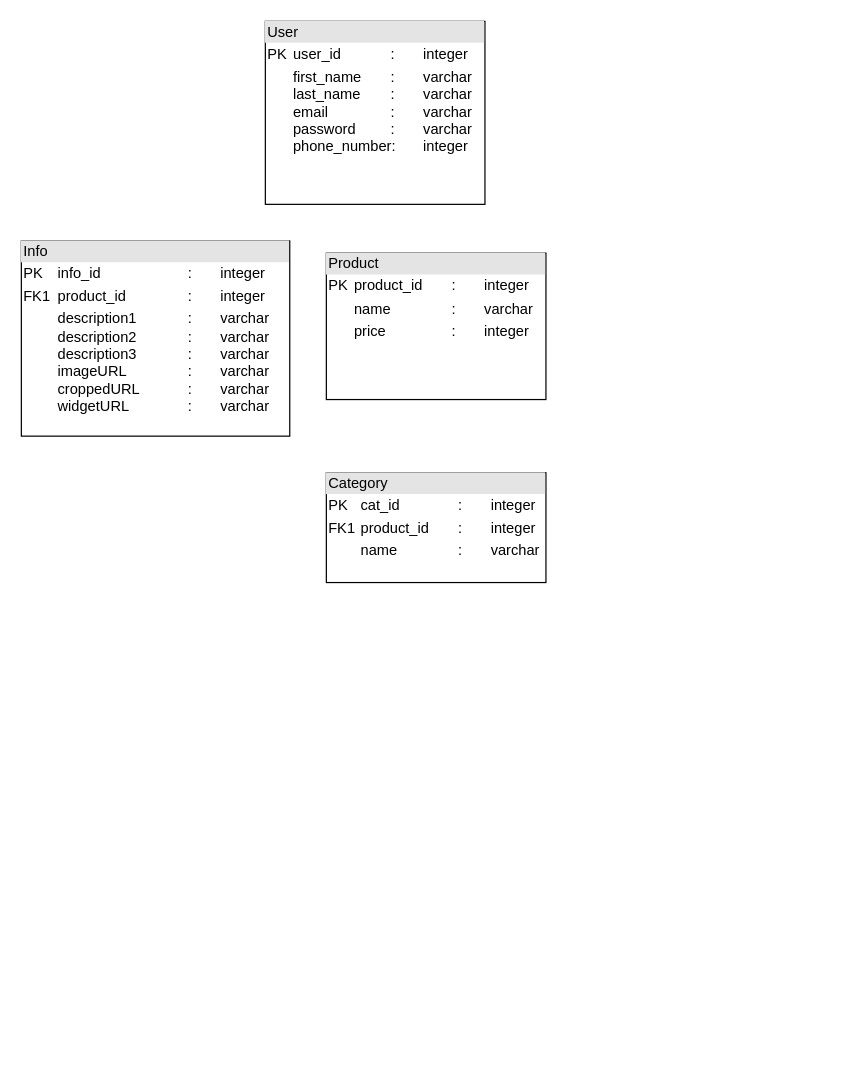
JakobFinstad/WebApplicationProject2023 keeps this draw.io diagram as DBDiagram.drawio. Above is the earlier version. Source tidied: cells renumbered, new cells numbered last; positions are measured from the earlier drawing's top-left corner, leaving out a move shared by most shapes. Both pictures are drawn from the tidied source at 122%, with x=0, y=0 at pixel (21, 21).
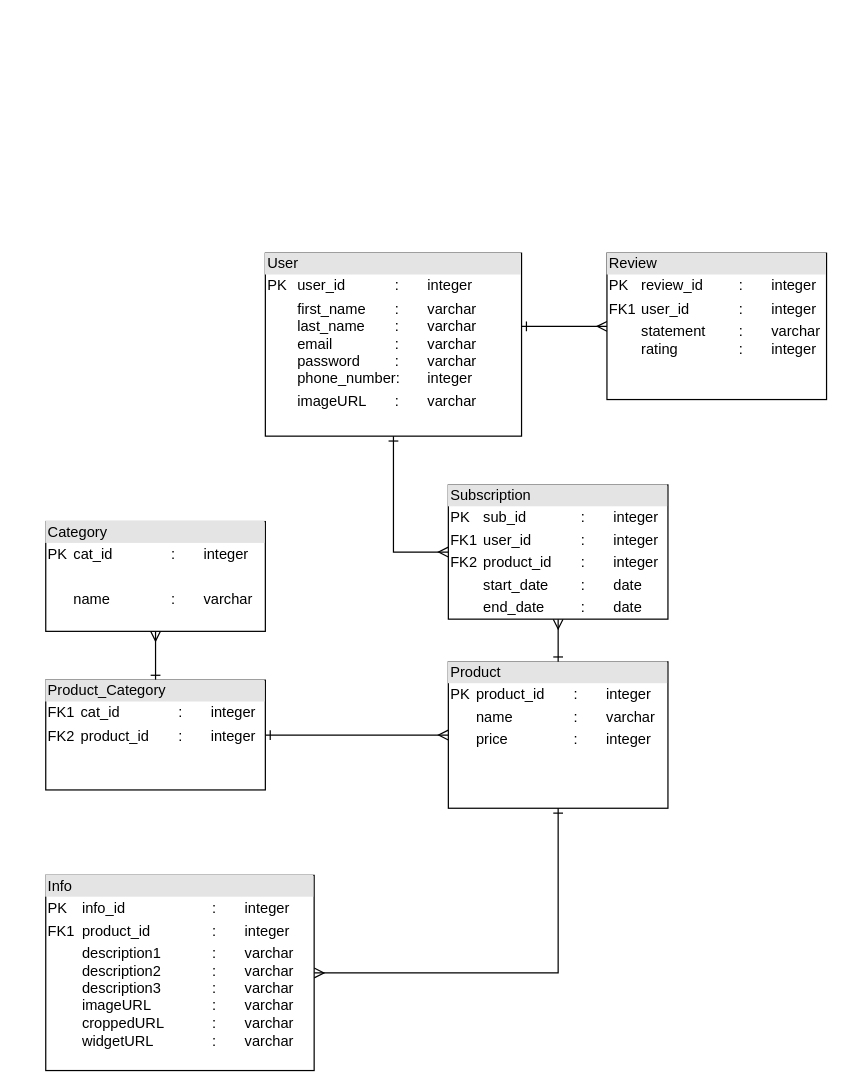
After the change.

Commit message:
Changed the db uml diagram

Change to the diagram source:
```diff
@@
 <mxGraphModel>
   <root>
     <mxCell id="0" />
     <mxCell id="1" parent="0" />
+    <mxCell id="6" style="edgeStyle=orthogonalEdgeStyle;rounded=0;jettySize=auto;html=1;startArrow=ERmany;startFill=0;endArrow=ERone;endFill=0;" parent="1" edge="1" source="2" target="11">
+      <mxGeometry relative="1" as="geometry" />
+    </mxCell>
     <mxCell id="2" value="&lt;div style=&quot;box-sizing:border-box;width:100%;background:#e4e4e4;padding:2px;&quot;&gt;Product&lt;/div&gt;&lt;table style=&quot;width:100%;font-size:1em;&quot; cellpadding=&quot;2&quot; cellspacing=&quot;0&quot;&gt;&lt;tbody&gt;&lt;tr&gt;&lt;td&gt;PK&lt;/td&gt;&lt;td&gt;product_id&lt;span style=&quot;white-space: pre;&quot;&gt;&#9;&lt;/span&gt;:&lt;span style=&quot;white-space: pre;&quot;&gt;&#9;&lt;/span&gt;integer&lt;/td&gt;&lt;/tr&gt;&lt;tr&gt;&lt;td&gt;&lt;br&gt;&lt;/td&gt;&lt;td&gt;name&lt;span style=&quot;white-space: pre;&quot;&gt;&#9;&lt;/span&gt;&lt;span style=&quot;white-space: pre;&quot;&gt;&#9;&lt;/span&gt;:&lt;span style=&quot;white-space: pre;&quot;&gt;&#9;&lt;/span&gt;varchar&lt;br&gt;&lt;/td&gt;&lt;/tr&gt;&lt;tr&gt;&lt;td&gt;&lt;/td&gt;&lt;td&gt;price&lt;span style=&quot;white-space: pre;&quot;&gt;&#9;&lt;/span&gt;&lt;span style=&quot;white-space: pre;&quot;&gt;&#9;&lt;/span&gt;:&lt;span style=&quot;white-space: pre;&quot;&gt;&#9;&lt;/span&gt;integer&lt;br&gt;&lt;br&gt;&lt;br&gt;&lt;/td&gt;&lt;/tr&gt;&lt;/tbody&gt;&lt;/table&gt;" style="verticalAlign=top;align=left;overflow=fill;html=1;" parent="1" vertex="1">
-      <mxGeometry x="250" y="190" width="180" height="120" as="geometry" />
+      <mxGeometry x="350" y="525" width="180" height="120" as="geometry" />
     </mxCell>
-    <mxCell id="3" value="&lt;div style=&quot;box-sizing:border-box;width:100%;background:#e4e4e4;padding:2px;&quot;&gt;User&lt;/div&gt;&lt;table style=&quot;width:100%;font-size:1em;&quot; cellpadding=&quot;2&quot; cellspacing=&quot;0&quot;&gt;&lt;tbody&gt;&lt;tr&gt;&lt;td&gt;PK&lt;/td&gt;&lt;td&gt;user_id&lt;span style=&quot;white-space: pre;&quot;&gt;&#9;&lt;/span&gt;&lt;span style=&quot;white-space: pre;&quot;&gt;&#9;&lt;/span&gt;:&lt;span style=&quot;white-space: pre;&quot;&gt;&#9;&lt;/span&gt;integer&lt;br&gt;&lt;/td&gt;&lt;/tr&gt;&lt;tr&gt;&lt;td&gt;&lt;br&gt;&lt;/td&gt;&lt;td&gt;first_name&lt;span style=&quot;white-space: pre;&quot;&gt;&#9;&lt;/span&gt;:&lt;span style=&quot;&quot;&gt;&#9;&lt;span style=&quot;white-space: pre;&quot;&gt;&#9;&lt;/span&gt;&lt;/span&gt;varchar&lt;br&gt;last_name&lt;span style=&quot;&quot;&gt;&#9;&lt;span style=&quot;white-space: pre;&quot;&gt;&#9;&lt;/span&gt;&lt;/span&gt;:&lt;span style=&quot;white-space: pre;&quot;&gt;&#9;&lt;/span&gt;varchar&lt;br&gt;email&lt;span style=&quot;&quot;&gt;&#9;&lt;span style=&quot;white-space: pre;&quot;&gt;&#9;&lt;/span&gt;&lt;span style=&quot;white-space: pre;&quot;&gt;&#9;&lt;/span&gt;&lt;/span&gt;:&lt;span style=&quot;&quot;&gt;&#9;&lt;span style=&quot;white-space: pre;&quot;&gt;&#9;&lt;/span&gt;&lt;/span&gt;varchar&lt;br&gt;password&lt;span style=&quot;&quot;&gt;&#9;&lt;span style=&quot;white-space: pre;&quot;&gt;&#9;&lt;/span&gt;&lt;/span&gt;:&lt;span style=&quot;white-space: pre;&quot;&gt;&#9;&lt;/span&gt;varchar&lt;br&gt;phone_number:&lt;span style=&quot;white-space: pre;&quot;&gt;&#9;&lt;/span&gt;integer&lt;br&gt;&lt;/td&gt;&lt;/tr&gt;&lt;tr&gt;&lt;td&gt;&lt;/td&gt;&lt;td&gt;&lt;br&gt;&lt;/td&gt;&lt;/tr&gt;&lt;/tbody&gt;&lt;/table&gt;" style="verticalAlign=top;align=left;overflow=fill;html=1;" parent="1" vertex="1">
-      <mxGeometry x="200" width="180" height="150" as="geometry" />
-    </mxCell>
+    <mxCell id="7" style="edgeStyle=orthogonalEdgeStyle;rounded=0;jettySize=auto;html=1;startArrow=ERmany;startFill=0;endArrow=ERone;endFill=0;" parent="1" edge="1" source="4" target="2">
+      <mxGeometry relative="1" as="geometry" />
+    </mxCell>
     <mxCell id="4" value="&lt;div style=&quot;box-sizing:border-box;width:100%;background:#e4e4e4;padding:2px;&quot;&gt;Info&lt;/div&gt;&lt;table style=&quot;width:100%;font-size:1em;&quot; cellpadding=&quot;2&quot; cellspacing=&quot;0&quot;&gt;&lt;tbody&gt;&lt;tr&gt;&lt;td&gt;PK&lt;br&gt;&lt;/td&gt;&lt;td&gt;info_id&lt;span style=&quot;white-space: pre;&quot;&gt;&#9;&lt;/span&gt;&lt;span style=&quot;white-space: pre;&quot;&gt;&#9;&lt;/span&gt;&lt;span style=&quot;white-space: pre;&quot;&gt;&#9;&lt;/span&gt;:&lt;span style=&quot;white-space: pre;&quot;&gt;&#9;&lt;/span&gt;integer&lt;br&gt;&lt;/td&gt;&lt;/tr&gt;&lt;tr&gt;&lt;td&gt;FK1&lt;/td&gt;&lt;td&gt;product_id&lt;span style=&quot;white-space: pre;&quot;&gt;&#9;&lt;/span&gt;&lt;span style=&quot;white-space: pre;&quot;&gt;&#9;&lt;/span&gt;:&lt;span style=&quot;white-space: pre;&quot;&gt;&#9;&lt;/span&gt;integer&lt;/td&gt;&lt;/tr&gt;&lt;tr&gt;&lt;td&gt;&lt;/td&gt;&lt;td&gt;description1&lt;span style=&quot;white-space: pre;&quot;&gt;&#9;&lt;/span&gt;&lt;span style=&quot;white-space: pre;&quot;&gt;&#9;&lt;/span&gt;:&lt;span style=&quot;white-space: pre;&quot;&gt;&#9;&lt;/span&gt;varchar&lt;br&gt;description2&lt;span style=&quot;white-space: pre;&quot;&gt;&#9;&lt;/span&gt;&lt;span style=&quot;white-space: pre;&quot;&gt;&#9;&lt;/span&gt;:&lt;span style=&quot;white-space: pre;&quot;&gt;&#9;&lt;/span&gt;varchar&lt;br&gt;description3&lt;span style=&quot;white-space: pre;&quot;&gt;&#9;&lt;/span&gt;&lt;span style=&quot;white-space: pre;&quot;&gt;&#9;&lt;/span&gt;:&lt;span style=&quot;white-space: pre;&quot;&gt;&#9;&lt;/span&gt;varchar&lt;br&gt;imageURL&lt;span style=&quot;white-space: pre;&quot;&gt;&#9;&lt;/span&gt;&lt;span style=&quot;white-space: pre;&quot;&gt;&#9;&lt;/span&gt;:&lt;span style=&quot;white-space: pre;&quot;&gt;&#9;&lt;/span&gt;varchar&lt;br&gt;croppedURL&lt;span style=&quot;white-space: pre;&quot;&gt;&#9;&lt;span style=&quot;white-space: pre;&quot;&gt;&#9;&lt;/span&gt;&lt;/span&gt;:&lt;span style=&quot;white-space: pre;&quot;&gt;&#9;&lt;/span&gt;varchar&lt;br&gt;widgetURL&lt;span style=&quot;white-space: pre;&quot;&gt;&#9;&lt;/span&gt;&lt;span style=&quot;white-space: pre;&quot;&gt;&#9;&lt;/span&gt;:&lt;span style=&quot;white-space: pre;&quot;&gt;&#9;&lt;/span&gt;varchar&lt;br&gt;&lt;/td&gt;&lt;/tr&gt;&lt;/tbody&gt;&lt;/table&gt;" style="verticalAlign=top;align=left;overflow=fill;html=1;" parent="1" vertex="1">
-      <mxGeometry y="180" width="220" height="160" as="geometry" />
+      <mxGeometry x="20" y="700" width="220" height="160" as="geometry" />
     </mxCell>
+    <mxCell id="8" style="edgeStyle=orthogonalEdgeStyle;rounded=0;jettySize=auto;html=1;startArrow=ERmany;startFill=0;endArrow=ERone;endFill=0;" parent="1" edge="1" source="5" target="11">
+      <mxGeometry relative="1" as="geometry" />
+    </mxCell>
-    <mxCell id="5" value="&lt;div style=&quot;box-sizing:border-box;width:100%;background:#e4e4e4;padding:2px;&quot;&gt;Category&lt;/div&gt;&lt;table style=&quot;width:100%;font-size:1em;&quot; cellpadding=&quot;2&quot; cellspacing=&quot;0&quot;&gt;&lt;tbody&gt;&lt;tr&gt;&lt;td&gt;PK&lt;/td&gt;&lt;td&gt;cat_id&lt;span style=&quot;white-space: pre;&quot;&gt;&#9;&lt;/span&gt;&lt;span style=&quot;white-space: pre;&quot;&gt;&#9;&lt;/span&gt;:&lt;span style=&quot;white-space: pre;&quot;&gt;&#9;&lt;/span&gt;integer&lt;/td&gt;&lt;/tr&gt;&lt;tr&gt;&lt;td&gt;FK1&lt;/td&gt;&lt;td&gt;product_id&lt;span style=&quot;white-space: pre;&quot;&gt;&#9;&lt;/span&gt;:&lt;span style=&quot;white-space: pre;&quot;&gt;&#9;&lt;/span&gt;integer&lt;/td&gt;&lt;/tr&gt;&lt;tr&gt;&lt;td&gt;&lt;br&gt;&lt;/td&gt;&lt;td&gt;name&lt;span style=&quot;white-space: pre;&quot;&gt;&#9;&lt;/span&gt;&lt;span style=&quot;white-space: pre;&quot;&gt;&#9;&lt;/span&gt;:&lt;span style=&quot;white-space: pre;&quot;&gt;&#9;&lt;/span&gt;varchar&lt;/td&gt;&lt;/tr&gt;&lt;/tbody&gt;&lt;/table&gt;" style="verticalAlign=top;align=left;overflow=fill;html=1;" parent="1" vertex="1">
-      <mxGeometry x="250" y="370" width="180" height="90" as="geometry" />
+    <mxCell id="5" value="&lt;div style=&quot;box-sizing:border-box;width:100%;background:#e4e4e4;padding:2px;&quot;&gt;Category&lt;/div&gt;&lt;table style=&quot;width:100%;font-size:1em;&quot; cellpadding=&quot;2&quot; cellspacing=&quot;0&quot;&gt;&lt;tbody&gt;&lt;tr&gt;&lt;td&gt;PK&lt;/td&gt;&lt;td&gt;cat_id&lt;span style=&quot;white-space: pre;&quot;&gt;&#9;&lt;/span&gt;&lt;span style=&quot;white-space: pre;&quot;&gt;&#9;&lt;/span&gt;:&lt;span style=&quot;white-space: pre;&quot;&gt;&#9;&lt;/span&gt;integer&lt;/td&gt;&lt;/tr&gt;&lt;tr&gt;&lt;td&gt;&lt;br&gt;&lt;/td&gt;&lt;td&gt;&lt;br&gt;&lt;/td&gt;&lt;/tr&gt;&lt;tr&gt;&lt;td&gt;&lt;br&gt;&lt;/td&gt;&lt;td&gt;name&lt;span style=&quot;white-space: pre;&quot;&gt;&#9;&lt;/span&gt;&lt;span style=&quot;white-space: pre;&quot;&gt;&#9;&lt;/span&gt;:&lt;span style=&quot;white-space: pre;&quot;&gt;&#9;&lt;/span&gt;varchar&lt;/td&gt;&lt;/tr&gt;&lt;/tbody&gt;&lt;/table&gt;" style="verticalAlign=top;align=left;overflow=fill;html=1;" parent="1" vertex="1">
+      <mxGeometry x="20" y="410" width="180" height="90" as="geometry" />
     </mxCell>
+    <mxCell id="9" style="edgeStyle=orthogonalEdgeStyle;rounded=0;jettySize=auto;html=1;entryX=1;entryY=0.4;entryDx=0;entryDy=0;entryPerimeter=0;startArrow=ERmany;startFill=0;endArrow=ERone;endFill=0;" parent="1" edge="1" source="10" target="12">
+      <mxGeometry relative="1" as="geometry" />
+    </mxCell>
+    <mxCell id="10" value="&lt;div style=&quot;box-sizing:border-box;width:100%;background:#e4e4e4;padding:2px;&quot;&gt;Review&lt;/div&gt;&lt;table style=&quot;width:100%;font-size:1em;&quot; cellpadding=&quot;2&quot; cellspacing=&quot;0&quot;&gt;&lt;tbody&gt;&lt;tr&gt;&lt;td&gt;PK&lt;/td&gt;&lt;td&gt;review_id&amp;nbsp;&lt;span style=&quot;white-space: pre;&quot;&gt;&#9;&lt;/span&gt;:&lt;span style=&quot;white-space: pre;&quot;&gt;&#9;&lt;/span&gt;integer&lt;/td&gt;&lt;/tr&gt;&lt;tr&gt;&lt;td&gt;FK1&lt;/td&gt;&lt;td&gt;user_id&lt;span style=&quot;white-space: pre;&quot;&gt;&#9;&lt;/span&gt;&lt;span style=&quot;white-space: pre;&quot;&gt;&#9;&lt;/span&gt;:&lt;span style=&quot;white-space: pre;&quot;&gt;&#9;&lt;/span&gt;integer&lt;br&gt;&lt;/td&gt;&lt;/tr&gt;&lt;tr&gt;&lt;td&gt;&lt;/td&gt;&lt;td&gt;statement&lt;span style=&quot;white-space: pre;&quot;&gt;&#9;&lt;/span&gt;:&lt;span style=&quot;white-space: pre;&quot;&gt;&#9;&lt;/span&gt;varchar&lt;br&gt;rating&lt;span style=&quot;white-space: pre;&quot;&gt;&#9;&lt;/span&gt;&lt;span style=&quot;white-space: pre;&quot;&gt;&#9;&lt;/span&gt;:&lt;span style=&quot;white-space: pre;&quot;&gt;&#9;&lt;/span&gt;integer&lt;br&gt;&lt;br&gt;&lt;br&gt;&lt;br&gt;&lt;/td&gt;&lt;/tr&gt;&lt;/tbody&gt;&lt;/table&gt;" style="verticalAlign=top;align=left;overflow=fill;html=1;" parent="1" vertex="1">
+      <mxGeometry x="480" y="190" width="180" height="120" as="geometry" />
+    </mxCell>
+    <mxCell id="11" value="&lt;div style=&quot;box-sizing:border-box;width:100%;background:#e4e4e4;padding:2px;&quot;&gt;Product_Category&lt;/div&gt;&lt;table style=&quot;width:100%;font-size:1em;&quot; cellpadding=&quot;2&quot; cellspacing=&quot;0&quot;&gt;&lt;tbody&gt;&lt;tr&gt;&lt;td&gt;FK1&lt;/td&gt;&lt;td&gt;cat_id&lt;span style=&quot;white-space: pre;&quot;&gt;&#9;&lt;/span&gt;&lt;span style=&quot;white-space: pre;&quot;&gt;&#9;&lt;/span&gt;:&lt;span style=&quot;white-space: pre;&quot;&gt;&#9;&lt;/span&gt;integer&lt;/td&gt;&lt;/tr&gt;&lt;tr&gt;&lt;td&gt;FK2&lt;/td&gt;&lt;td&gt;product_id&lt;span style=&quot;white-space: pre;&quot;&gt;&#9;&lt;/span&gt;:&lt;span style=&quot;white-space: pre;&quot;&gt;&#9;&lt;/span&gt;integer&lt;/td&gt;&lt;/tr&gt;&lt;tr&gt;&lt;td&gt;&lt;br&gt;&lt;/td&gt;&lt;td&gt;&lt;br&gt;&lt;/td&gt;&lt;/tr&gt;&lt;/tbody&gt;&lt;/table&gt;" style="verticalAlign=top;align=left;overflow=fill;html=1;" parent="1" vertex="1">
+      <mxGeometry x="20" y="540" width="180" height="90" as="geometry" />
+    </mxCell>
+    <mxCell id="12" value="&lt;div style=&quot;box-sizing:border-box;width:100%;background:#e4e4e4;padding:2px;&quot;&gt;User&lt;/div&gt;&lt;table style=&quot;width:100%;font-size:1em;&quot; cellpadding=&quot;2&quot; cellspacing=&quot;0&quot;&gt;&lt;tbody&gt;&lt;tr&gt;&lt;td&gt;PK&lt;/td&gt;&lt;td&gt;user_id&lt;span style=&quot;white-space: pre;&quot;&gt;&#9;&lt;/span&gt;&lt;span style=&quot;white-space: pre;&quot;&gt;&#9;&lt;/span&gt;:&lt;span style=&quot;white-space: pre;&quot;&gt;&#9;&lt;/span&gt;integer&lt;br&gt;&lt;/td&gt;&lt;/tr&gt;&lt;tr&gt;&lt;td&gt;&lt;br&gt;&lt;/td&gt;&lt;td&gt;first_name&lt;span style=&quot;white-space: pre;&quot;&gt;&#9;&lt;/span&gt;:&lt;span style=&quot;&quot;&gt;&#9;&lt;span style=&quot;white-space: pre;&quot;&gt;&#9;&lt;/span&gt;&lt;/span&gt;varchar&lt;br&gt;last_name&lt;span style=&quot;&quot;&gt;&#9;&lt;span style=&quot;white-space: pre;&quot;&gt;&#9;&lt;/span&gt;&lt;/span&gt;:&lt;span style=&quot;white-space: pre;&quot;&gt;&#9;&lt;/span&gt;varchar&lt;br&gt;email&lt;span style=&quot;&quot;&gt;&#9;&lt;span style=&quot;white-space: pre;&quot;&gt;&#9;&lt;/span&gt;&lt;span style=&quot;white-space: pre;&quot;&gt;&#9;&lt;/span&gt;&lt;/span&gt;:&lt;span style=&quot;&quot;&gt;&#9;&lt;span style=&quot;white-space: pre;&quot;&gt;&#9;&lt;/span&gt;&lt;/span&gt;varchar&lt;br&gt;password&lt;span style=&quot;&quot;&gt;&#9;&lt;span style=&quot;white-space: pre;&quot;&gt;&#9;&lt;/span&gt;&lt;/span&gt;:&lt;span style=&quot;white-space: pre;&quot;&gt;&#9;&lt;/span&gt;varchar&lt;br&gt;phone_number:&lt;span style=&quot;white-space: pre;&quot;&gt;&#9;&lt;/span&gt;integer&lt;br&gt;&lt;/td&gt;&lt;/tr&gt;&lt;tr&gt;&lt;td&gt;&lt;/td&gt;&lt;td&gt;imageURL&lt;span style=&quot;white-space: pre;&quot;&gt;&#9;&lt;/span&gt;:&lt;span style=&quot;white-space: pre;&quot;&gt;&#9;&lt;/span&gt;varchar&lt;br&gt;&lt;br&gt;&lt;/td&gt;&lt;/tr&gt;&lt;/tbody&gt;&lt;/table&gt;" style="verticalAlign=top;align=left;overflow=fill;html=1;" parent="1" vertex="1">
+      <mxGeometry x="200" y="190" width="210" height="150" as="geometry" />
+    </mxCell>
+    <mxCell id="13" style="edgeStyle=orthogonalEdgeStyle;rounded=0;jettySize=auto;html=1;startArrow=ERmany;startFill=0;endArrow=ERone;endFill=0;" parent="1" edge="1" source="15" target="2">
+      <mxGeometry relative="1" as="geometry" />
+    </mxCell>
+    <mxCell id="14" style="edgeStyle=orthogonalEdgeStyle;rounded=0;jettySize=auto;html=1;entryX=0.5;entryY=1;entryDx=0;entryDy=0;startArrow=ERmany;startFill=0;endArrow=ERone;endFill=0;" parent="1" edge="1" source="15" target="12">
+      <mxGeometry relative="1" as="geometry">
+        <Array as="points">
+          <mxPoint x="305" y="435" />
+        </Array>
+      </mxGeometry>
+    </mxCell>
+    <mxCell id="15" value="&lt;div style=&quot;box-sizing:border-box;width:100%;background:#e4e4e4;padding:2px;&quot;&gt;Subscription&lt;/div&gt;&lt;table style=&quot;width:100%;font-size:1em;&quot; cellpadding=&quot;2&quot; cellspacing=&quot;0&quot;&gt;&lt;tbody&gt;&lt;tr&gt;&lt;td&gt;PK&lt;/td&gt;&lt;td&gt;sub_id&lt;span style=&quot;white-space: pre;&quot;&gt;&#9;&lt;/span&gt;&lt;span style=&quot;white-space: pre;&quot;&gt;&#9;&lt;/span&gt;:&lt;span style=&quot;white-space: pre;&quot;&gt;&#9;&lt;/span&gt;integer&lt;/td&gt;&lt;/tr&gt;&lt;tr&gt;&lt;td&gt;FK1&lt;/td&gt;&lt;td&gt;user_id&lt;span style=&quot;white-space: pre;&quot;&gt;&#9;&lt;/span&gt;&lt;span style=&quot;white-space: pre;&quot;&gt;&#9;&lt;/span&gt;:&lt;span style=&quot;white-space: pre;&quot;&gt;&#9;&lt;/span&gt;integer&lt;/td&gt;&lt;/tr&gt;&lt;tr&gt;&lt;td&gt;FK2&lt;/td&gt;&lt;td&gt;product_id&lt;span style=&quot;white-space: pre;&quot;&gt;&#9;&lt;/span&gt;:&lt;span style=&quot;white-space: pre;&quot;&gt;&#9;&lt;/span&gt;integer&lt;/td&gt;&lt;/tr&gt;&lt;tr&gt;&lt;td&gt;&lt;br&gt;&lt;/td&gt;&lt;td&gt;start_date&lt;span style=&quot;white-space: pre;&quot;&gt;&#9;&lt;/span&gt;:&lt;span style=&quot;white-space: pre;&quot;&gt;&#9;&lt;/span&gt;date&lt;br&gt;&lt;/td&gt;&lt;/tr&gt;&lt;tr&gt;&lt;td&gt;&lt;br&gt;&lt;/td&gt;&lt;td&gt;end_date&lt;span style=&quot;white-space: pre;&quot;&gt;&#9;&lt;/span&gt;&lt;span style=&quot;white-space: pre;&quot;&gt;&#9;&lt;/span&gt;:&lt;span style=&quot;white-space: pre;&quot;&gt;&#9;&lt;/span&gt;date&lt;/td&gt;&lt;/tr&gt;&lt;/tbody&gt;&lt;/table&gt;" style="verticalAlign=top;align=left;overflow=fill;html=1;" parent="1" vertex="1">
+      <mxGeometry x="350" y="380" width="180" height="110" as="geometry" />
+    </mxCell>
   </root>
 </mxGraphModel>
```
